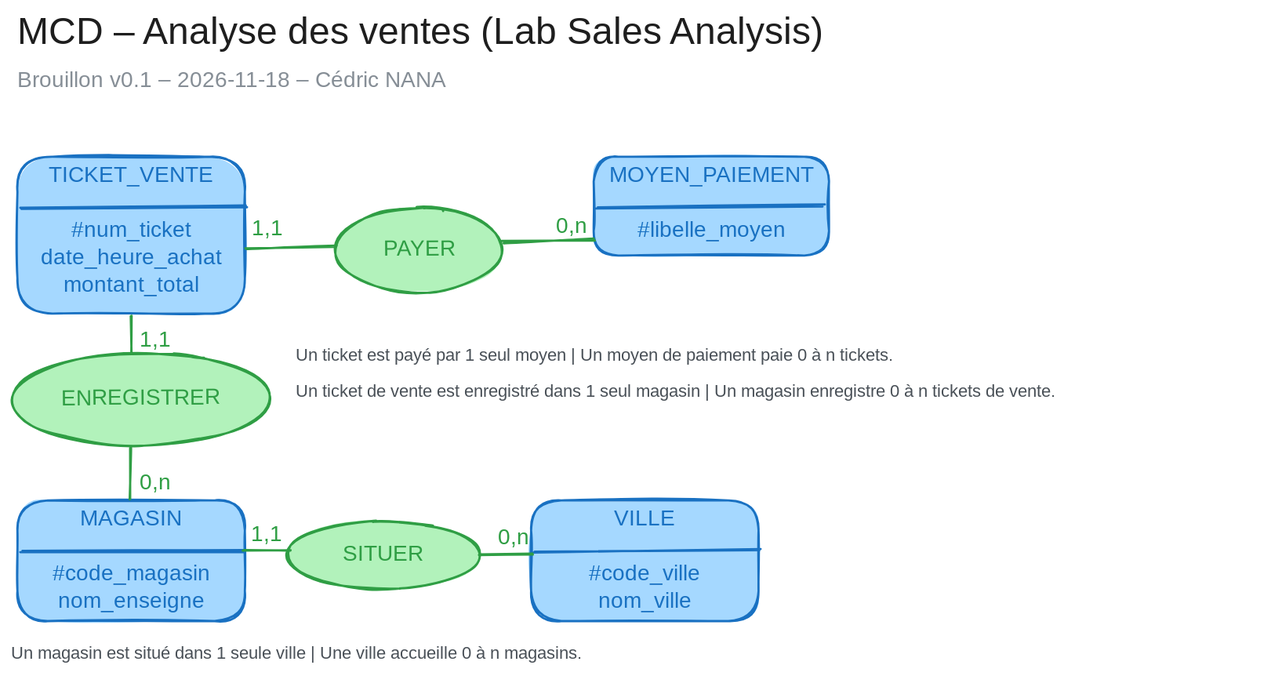
Above: docs/modeles/mcd.excalidraw.svg in cnanaj-wq/lab-sales-analysis (Excalidraw), before the change. Source tidied: one line per element, renumbered; positions are measured from the earlier drawing's top-left corner, leaving out a move shared by most shapes.
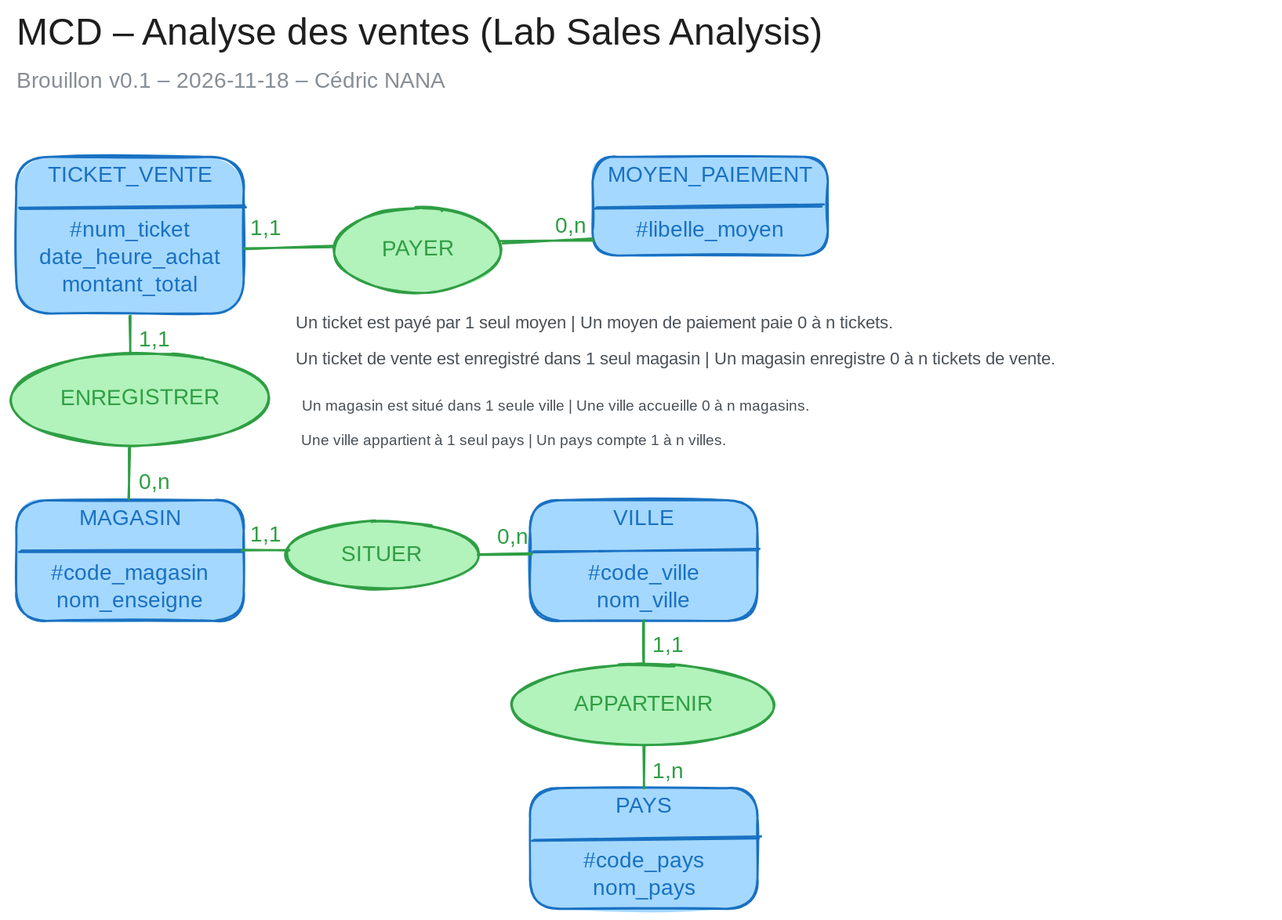
The same file after the commit.

Commit message:
docs: ajoute le pays au MCD

Change to the diagram source:
```diff
@@ -12,7 +12,7 @@
 {"id": 11, "type": "text", "text": "0,n", "strokeColor": "#2f9e44", "backgroundColor": "#b2f2bb", "fillStyle": "solid", "strokeWidth": 2, "roughness": 1, "fontSize": 20, "fontFamily": 5, "x": 497, "y": 185, "width": 28, "height": 25}
 {"id": 12, "type": "text", "text": "MCD – Analyse des ventes (Lab Sales Analysis)", "strokeColor": "#1e1e1e", "strokeWidth": 2, "roughness": 1, "fontSize": 34.45, "fontFamily": 5, "x": 6, "y": 0, "width": 795, "height": 43}
 {"id": 13, "type": "text", "text": "Brouillon v0.1 – 2026-11-18 – Cédric NANA", "strokeColor": "#868e96", "strokeWidth": 2, "roughness": 1, "fontSize": 20, "fontFamily": 5, "x": 6, "y": 52, "width": 451, "height": 25}
-{"id": 14, "type": "text", "text": "Un ticket est payé par 1 seul moyen | Un moyen de paiement paie 0 à n tickets.", "strokeColor": "#495057", "strokeWidth": 2, "roughness": 1, "fontSize": 16, "fontFamily": 5, "x": 259, "y": 305, "width": 617, "height": 20}
+{"id": 14, "type": "text", "text": "Un ticket est payé par 1 seul moyen | Un moyen de paiement paie 0 à n tickets.", "strokeColor": "#495057", "strokeWidth": 2, "roughness": 1, "fontSize": 16, "fontFamily": 5, "x": 260, "y": 275, "width": 617, "height": 20}
 {"id": 15, "type": "rectangle", "strokeColor": "#1971c2", "backgroundColor": "#a5d8ff", "fillStyle": "solid", "strokeWidth": 2, "roughness": 1, "round": true, "x": 6, "y": 446, "width": 207, "height": 110}
 {"id": 16, "type": "text", "text": "MAGASIN\n\n#code_magasin\nnom_enseigne", "strokeColor": "#1971c2", "backgroundColor": "#a5d8ff", "fillStyle": "solid", "strokeWidth": 2, "roughness": 1, "fontSize": 20, "fontFamily": 5, "textAlign": "center", "inside": 15, "x": 36, "y": 451, "width": 148, "height": 100}
 {"id": 17, "type": "line", "strokeColor": "#1971c2", "backgroundColor": "#a5d8ff", "fillStyle": "solid", "strokeWidth": 2, "roughness": 1, "round": true, "x": 9, "y": 493, "width": 203, "height": 1, "points": [[0, 0], [203, -1]]}
@@ -22,14 +22,24 @@
 {"id": 21, "type": "line", "strokeColor": "#2f9e44", "strokeWidth": 2, "roughness": 1, "round": true, "x": 109, "y": 398, "width": 0, "height": 47, "points": [[0, 0], [0, 47]]}
 {"id": 22, "type": "text", "text": "1,1", "strokeColor": "#2f9e44", "strokeWidth": 2, "roughness": 1, "fontSize": 20, "fontFamily": 5, "x": 117, "y": 288, "width": 22, "height": 25}
 {"id": 23, "type": "text", "text": "0,n", "strokeColor": "#2f9e44", "strokeWidth": 2, "roughness": 1, "fontSize": 20, "fontFamily": 5, "x": 117, "y": 418, "width": 28, "height": 25}
-{"id": 24, "type": "text", "text": "Un ticket de vente est enregistré dans 1 seul magasin | Un magasin enregistre 0 à n tickets de vente.", "strokeColor": "#495057", "strokeWidth": 2, "roughness": 1, "fontSize": 16, "fontFamily": 5, "x": 259, "y": 337, "width": 889, "height": 20}
+{"id": 24, "type": "text", "text": "Un ticket de vente est enregistré dans 1 seul magasin | Un magasin enregistre 0 à n tickets de vente.", "strokeColor": "#495057", "strokeWidth": 2, "roughness": 1, "fontSize": 16, "fontFamily": 5, "x": 260, "y": 308, "width": 889, "height": 20}
 {"id": 25, "type": "rectangle", "strokeColor": "#1971c2", "backgroundColor": "#a5d8ff", "fillStyle": "solid", "strokeWidth": 2, "roughness": 1, "round": true, "x": 474, "y": 446, "width": 207, "height": 110}
 {"id": 26, "type": "text", "text": "VILLE\n\n#code_ville\nnom_ville", "strokeColor": "#1971c2", "backgroundColor": "#a5d8ff", "fillStyle": "solid", "strokeWidth": 2, "roughness": 1, "fontSize": 20, "fontFamily": 5, "textAlign": "center", "inside": 25, "x": 522, "y": 451, "width": 110, "height": 100}
 {"id": 27, "type": "line", "strokeColor": "#1971c2", "backgroundColor": "#a5d8ff", "fillStyle": "solid", "strokeWidth": 2, "roughness": 1, "round": true, "x": 476, "y": 493, "width": 207, "height": 2, "points": [[0, 0], [207, -2]]}
 {"id": 28, "type": "ellipse", "strokeColor": "#2f9e44", "backgroundColor": "#b2f2bb", "fillStyle": "solid", "strokeWidth": 2, "roughness": 1, "round": true, "x": 251, "y": 465, "width": 175, "height": 62}
-{"id": 29, "type": "text", "text": "SITUER", "strokeColor": "#2f9e44", "backgroundColor": "#b2f2bb", "fillStyle": "solid", "strokeWidth": 2, "roughness": 1, "fontSize": 20, "fontFamily": 5, "textAlign": "center", "verticalAlign": "middle", "inside": 28, "x": 298, "y": 483, "width": 82, "height": 25}
+{"id": 29, "type": "text", "text": "SITUER", "strokeColor": "#2f9e44", "backgroundColor": "#b2f2bb", "fillStyle": "solid", "strokeWidth": 2, "roughness": 1, "fontSize": 20, "fontFamily": 5, "textAlign": "center", "verticalAlign": "middle", "inside": 28, "x": 297, "y": 483, "width": 84, "height": 25}
 {"id": 30, "type": "line", "strokeColor": "#2f9e44", "backgroundColor": "#b2f2bb", "fillStyle": "solid", "strokeWidth": 2, "roughness": 1, "round": true, "x": 211, "y": 492, "width": 43, "height": 0, "points": [[0, 0], [43, 0]]}
 {"id": 31, "type": "line", "strokeColor": "#2f9e44", "backgroundColor": "#b2f2bb", "fillStyle": "solid", "strokeWidth": 2, "roughness": 1, "round": true, "x": 426, "y": 496, "width": 49, "height": 1, "points": [[0, 0], [49, -1]]}
 {"id": 32, "type": "text", "text": "1,1", "strokeColor": "#2f9e44", "backgroundColor": "#b2f2bb", "fillStyle": "solid", "strokeWidth": 2, "roughness": 1, "fontSize": 20, "fontFamily": 5, "x": 219, "y": 466, "width": 22, "height": 25}
 {"id": 33, "type": "text", "text": "0,n", "strokeColor": "#2f9e44", "backgroundColor": "#b2f2bb", "fillStyle": "solid", "strokeWidth": 2, "roughness": 1, "fontSize": 20, "fontFamily": 5, "x": 444, "y": 468, "width": 28, "height": 25}
-{"id": 34, "type": "text", "text": "Un magasin est situé dans 1 seule ville | Une ville accueille 0 à n magasins.", "strokeColor": "#495057", "strokeWidth": 2, "roughness": 1, "fontSize": 16, "fontFamily": 5, "x": 0, "y": 576, "width": 678, "height": 20}
+{"id": 34, "type": "text", "text": "Un magasin est situé dans 1 seule ville | Une ville accueille 0 à n magasins.", "strokeColor": "#495057", "strokeWidth": 2, "roughness": 1, "fontSize": 13.68, "fontFamily": 5, "x": 266, "y": 352, "width": 579, "height": 17}
+{"id": 35, "type": "rectangle", "strokeColor": "#1971c2", "backgroundColor": "#a5d8ff", "fillStyle": "solid", "strokeWidth": 2, "roughness": 1, "round": true, "x": 474, "y": 708, "width": 207, "height": 110}
+{"id": 36, "type": "text", "text": "PAYS\n\n#code_pays\nnom_pays", "strokeColor": "#1971c2", "backgroundColor": "#a5d8ff", "fillStyle": "solid", "strokeWidth": 2, "roughness": 1, "fontSize": 20, "fontFamily": 5, "textAlign": "center", "inside": 35, "x": 519, "y": 713, "width": 118, "height": 100}
+{"id": 37, "type": "line", "strokeColor": "#1971c2", "backgroundColor": "#a5d8ff", "fillStyle": "solid", "strokeWidth": 2, "roughness": 1, "round": true, "x": 476, "y": 756, "width": 207, "height": 2, "points": [[0, 0], [207, -2]]}
+{"id": 38, "type": "ellipse", "strokeColor": "#2f9e44", "backgroundColor": "#b2f2bb", "fillStyle": "solid", "strokeWidth": 2, "roughness": 1, "round": true, "x": 458, "y": 596, "width": 239, "height": 74}
+{"id": 39, "type": "text", "text": "APPARTENIR", "strokeColor": "#2f9e44", "backgroundColor": "#b2f2bb", "fillStyle": "solid", "strokeWidth": 2, "roughness": 1, "fontSize": 20, "fontFamily": 5, "textAlign": "center", "verticalAlign": "middle", "inside": 38, "x": 509, "y": 620, "width": 137, "height": 25}
+{"id": 40, "type": "line", "strokeColor": "#2f9e44", "backgroundColor": "#b2f2bb", "fillStyle": "solid", "strokeWidth": 2, "roughness": 1, "round": true, "x": 577, "y": 556, "width": 0, "height": 40, "points": [[0, 0], [0, 40]]}
+{"id": 41, "type": "line", "strokeColor": "#2f9e44", "backgroundColor": "#b2f2bb", "fillStyle": "solid", "strokeWidth": 2, "roughness": 1, "round": true, "x": 577, "y": 670, "width": 0, "height": 39, "points": [[0, 0], [0, 39]]}
+{"id": 42, "type": "text", "text": "1,1", "strokeColor": "#2f9e44", "backgroundColor": "#b2f2bb", "fillStyle": "solid", "strokeWidth": 2, "roughness": 1, "fontSize": 20, "fontFamily": 5, "x": 585, "y": 567, "width": 22, "height": 25}
+{"id": 43, "type": "text", "text": "1,n", "strokeColor": "#2f9e44", "backgroundColor": "#b2f2bb", "fillStyle": "solid", "strokeWidth": 2, "roughness": 1, "fontSize": 20, "fontFamily": 5, "x": 585, "y": 681, "width": 24, "height": 25}
+{"id": 44, "type": "text", "text": "Une ville appartient à 1 seul pays | Un pays compte 1 à n villes.", "strokeColor": "#495057", "strokeWidth": 2, "roughness": 1, "fontSize": 13.68, "fontFamily": 5, "x": 265, "y": 383, "width": 489, "height": 17}
```
